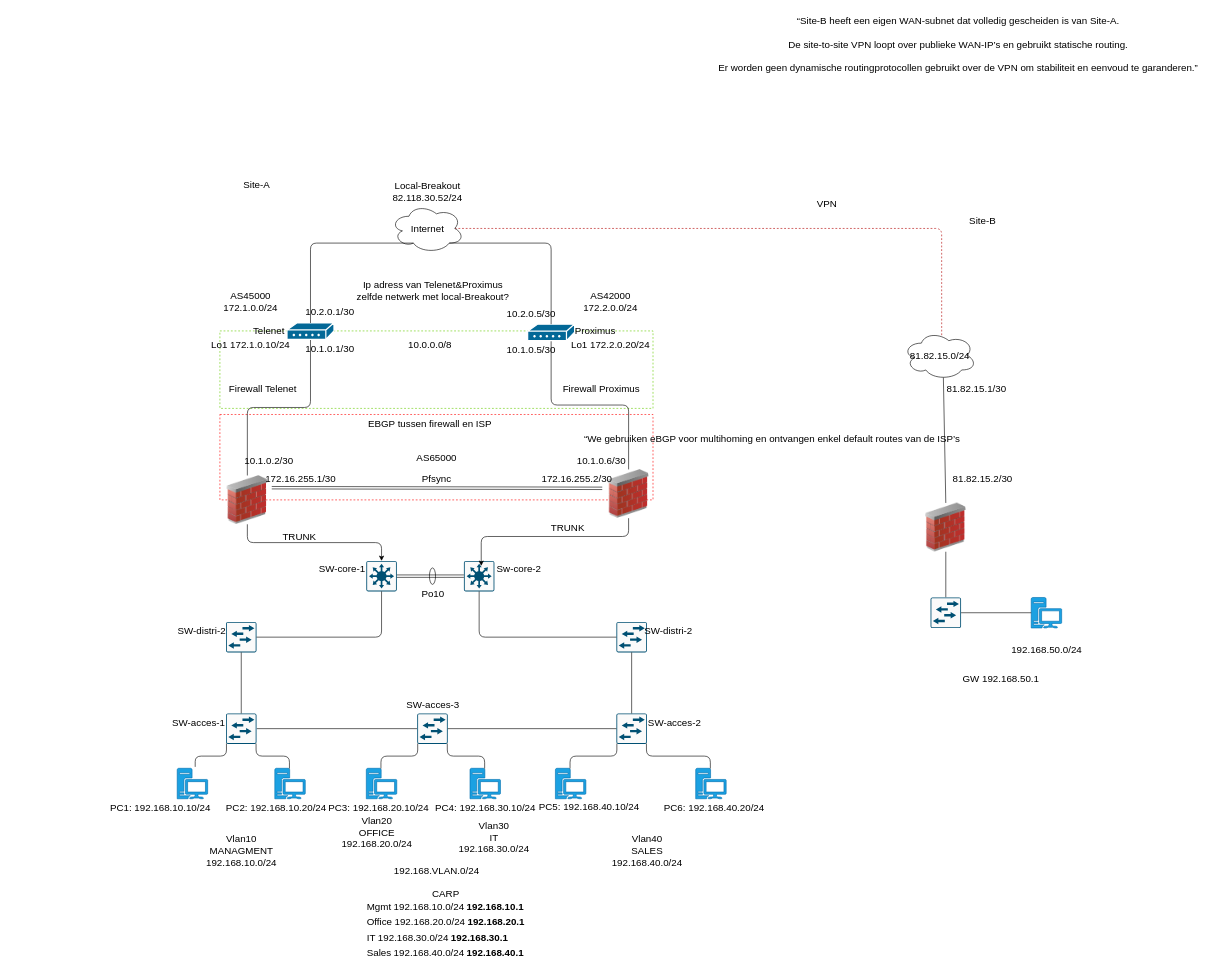
Before: Eindwerk.drawio in S-Eris/Network-Engineer-Eindproef, a draw.io diagram. Source tidied: cells renumbered, new cells numbered last; positions are measured from the earlier drawing's top-left corner, leaving out a move shared by most shapes. Both pictures are drawn from the tidied source at 61%, with x=0, y=0 at pixel (102, 10).
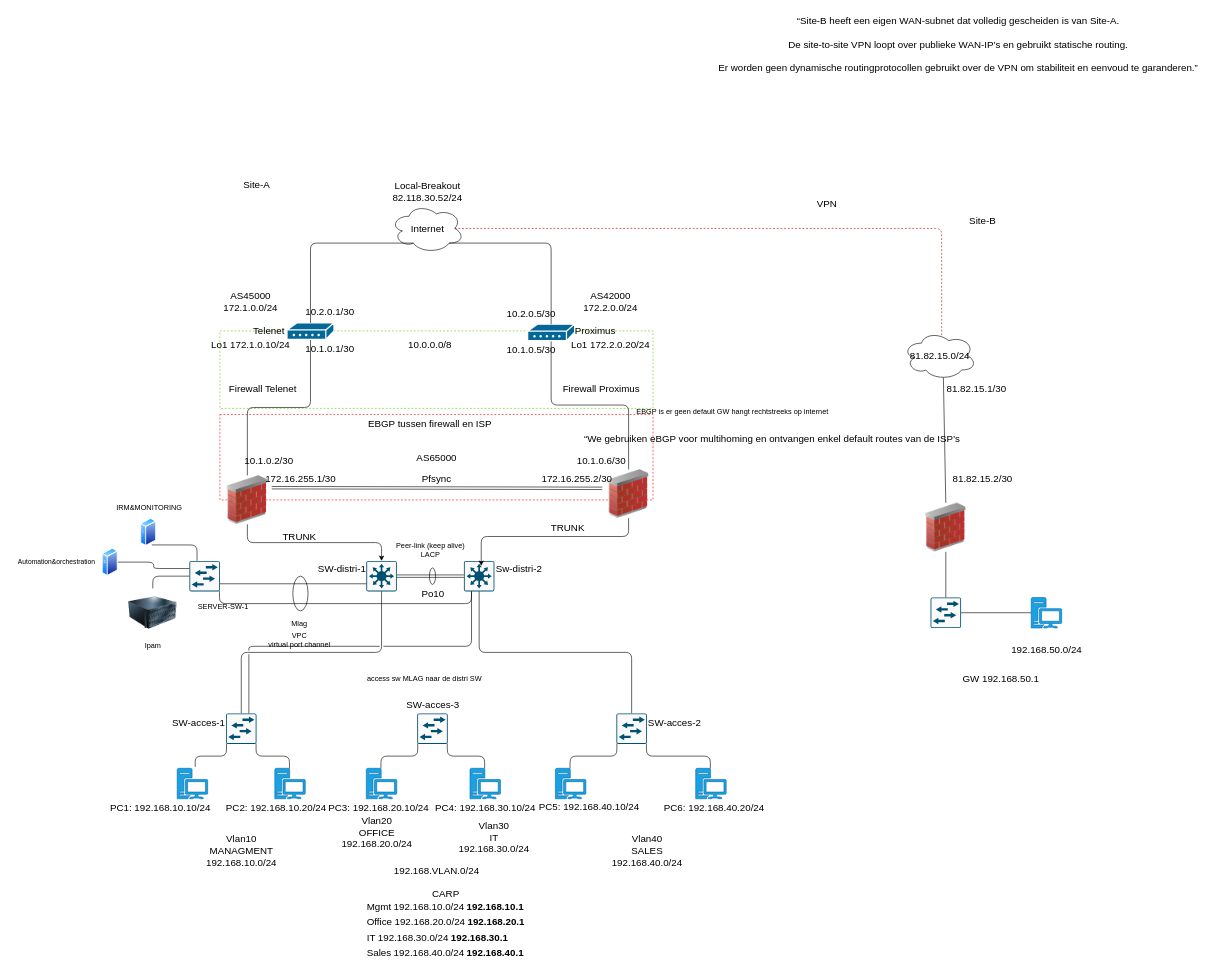
Above is the later version.

Commit message:
MLAG toegevoegd Servers toegevoegd Acces laag aangepast Notities toegevoegd

Unchanged cells that the change refers to:
```xml
<mxCell id="13" style="sketch=0;points=[[0.015,0.015,0],[0.985,0.015,0],[0.985,0.985,0],[0.015,0.985,0],[0.25,0,0],[0.5,0,0],[0.75,0,0],[1,0.25,0],[1,0.5,0],[1,0.75,0],[0.75,1,0],[0.5,1,0],[0.25,1,0],[0,0.75,0],[0,0.5,0],[0,0.25,0]];verticalLabelPosition=bottom;html=1;verticalAlign=top;align=center;shape=mxgraph.cisco19.rect;prIcon=l3_switch;fillColor=#FAFAFA;strokeColor=#005073;fontSize=16;" parent="1" vertex="1">
  <mxGeometry x="433" y="902" width="50" height="50" as="geometry" />
</mxCell>
<mxCell id="14" style="sketch=0;points=[[0.015,0.015,0],[0.985,0.015,0],[0.985,0.985,0],[0.015,0.985,0],[0.25,0,0],[0.5,0,0],[0.75,0,0],[1,0.25,0],[1,0.5,0],[1,0.75,0],[0.75,1,0],[0.5,1,0],[0.25,1,0],[0,0.75,0],[0,0.5,0],[0,0.25,0]];verticalLabelPosition=bottom;html=1;verticalAlign=top;align=center;shape=mxgraph.cisco19.rect;prIcon=l3_switch;fillColor=#FAFAFA;strokeColor=#005073;fontSize=16;" parent="1" vertex="1">
  <mxGeometry x="593" y="902" width="50" height="50" as="geometry" />
</mxCell>
<mxCell id="26" style="sketch=0;points=[[0.015,0.015,0],[0.985,0.015,0],[0.985,0.985,0],[0.015,0.985,0],[0.25,0,0],[0.5,0,0],[0.75,0,0],[1,0.25,0],[1,0.5,0],[1,0.75,0],[0.75,1,0],[0.5,1,0],[0.25,1,0],[0,0.75,0],[0,0.5,0],[0,0.25,0]];verticalLabelPosition=bottom;html=1;verticalAlign=top;align=center;shape=mxgraph.cisco19.rect;prIcon=l2_switch;fillColor=#FAFAFA;strokeColor=#005073;fontSize=16;" parent="1" vertex="1">
  <mxGeometry x="203" y="1152" width="50" height="50" as="geometry" />
</mxCell>
<mxCell id="27" style="sketch=0;points=[[0.015,0.015,0],[0.985,0.015,0],[0.985,0.985,0],[0.015,0.985,0],[0.25,0,0],[0.5,0,0],[0.75,0,0],[1,0.25,0],[1,0.5,0],[1,0.75,0],[0.75,1,0],[0.5,1,0],[0.25,1,0],[0,0.75,0],[0,0.5,0],[0,0.25,0]];verticalLabelPosition=bottom;html=1;verticalAlign=top;align=center;shape=mxgraph.cisco19.rect;prIcon=l2_switch;fillColor=#FAFAFA;strokeColor=#005073;fontSize=16;" parent="1" vertex="1">
  <mxGeometry x="843" y="1152" width="50" height="50" as="geometry" />
</mxCell>
<mxCell id="36" style="sketch=0;points=[[0.015,0.015,0],[0.985,0.015,0],[0.985,0.985,0],[0.015,0.985,0],[0.25,0,0],[0.5,0,0],[0.75,0,0],[1,0.25,0],[1,0.5,0],[1,0.75,0],[0.75,1,0],[0.5,1,0],[0.25,1,0],[0,0.75,0],[0,0.5,0],[0,0.25,0]];verticalLabelPosition=bottom;html=1;verticalAlign=top;align=center;shape=mxgraph.cisco19.rect;prIcon=l2_switch;fillColor=#FAFAFA;strokeColor=#005073;fontSize=16;" parent="1" vertex="1">
  <mxGeometry x="516.5" y="1152" width="50" height="50" as="geometry" />
</mxCell>
```

Diff of the diagram source:
```diff
@@
+    <mxCell id="106" style="ellipse;whiteSpace=wrap;html=1;fontSize=16;" parent="1" vertex="1">
+      <mxGeometry x="312.5" y="927" width="25" height="57" as="geometry" />
+    </mxCell>
@@
-    <mxCell id="15" value="SW-core-1" style="text;html=1;align=center;verticalAlign=middle;strokeColor=none;fillColor=none;fontSize=16;" parent="1" vertex="1">
+    <mxCell id="15" value="SW-distri-1" style="text;html=1;align=center;verticalAlign=middle;strokeColor=none;fillColor=none;fontSize=16;" parent="1" vertex="1">
       <mxGeometry x="343" y="900" width="100" height="30" as="geometry" />
     </mxCell>
-    <mxCell id="16" value="Sw-core-2" style="text;html=1;align=center;verticalAlign=middle;strokeColor=none;fillColor=none;fontSize=16;" parent="1" vertex="1">
+    <mxCell id="16" value="Sw-distri&lt;span style=&quot;background-color: transparent; color: light-dark(rgb(0, 0, 0), rgb(255, 255, 255));&quot;&gt;-2&lt;/span&gt;" style="text;html=1;align=center;verticalAlign=middle;strokeColor=none;fillColor=none;fontSize=16;" parent="1" vertex="1">
       <mxGeometry x="633" y="900" width="100" height="30" as="geometry" />
     </mxCell>
-    <mxCell id="17" style="sketch=0;points=[[0.015,0.015,0],[0.985,0.015,0],[0.985,0.985,0],[0.015,0.985,0],[0.25,0,0],[0.5,0,0],[0.75,0,0],[1,0.25,0],[1,0.5,0],[1,0.75,0],[0.75,1,0],[0.5,1,0],[0.25,1,0],[0,0.75,0],[0,0.5,0],[0,0.25,0]];verticalLabelPosition=bottom;html=1;verticalAlign=top;align=center;shape=mxgraph.cisco19.rect;prIcon=l2_switch;fillColor=#FAFAFA;strokeColor=#005073;fontSize=16;" parent="1" vertex="1">
-      <mxGeometry x="203" y="1002" width="50" height="50" as="geometry" />
-    </mxCell>
-    <mxCell id="18" style="sketch=0;points=[[0.015,0.015,0],[0.985,0.015,0],[0.985,0.985,0],[0.015,0.985,0],[0.25,0,0],[0.5,0,0],[0.75,0,0],[1,0.25,0],[1,0.5,0],[1,0.75,0],[0.75,1,0],[0.5,1,0],[0.25,1,0],[0,0.75,0],[0,0.5,0],[0,0.25,0]];verticalLabelPosition=bottom;html=1;verticalAlign=top;align=center;shape=mxgraph.cisco19.rect;prIcon=l2_switch;fillColor=#FAFAFA;strokeColor=#005073;fontSize=16;" parent="1" vertex="1">
-      <mxGeometry x="843" y="1002" width="50" height="50" as="geometry" />
-    </mxCell>
-    <mxCell id="19" value="SW-distri-2" style="text;html=1;align=center;verticalAlign=middle;strokeColor=none;fillColor=none;fontSize=16;" parent="1" vertex="1">
-      <mxGeometry x="878" y="1002" width="100" height="30" as="geometry" />
-    </mxCell>
-    <mxCell id="20" value="SW-distri-2" style="text;html=1;align=center;verticalAlign=middle;strokeColor=none;fillColor=none;fontSize=16;" parent="1" vertex="1">
-      <mxGeometry x="113" y="1002" width="100" height="30" as="geometry" />
-    </mxCell>
-    <mxCell id="21" style="edgeStyle=orthogonalEdgeStyle;rounded=1;jettySize=auto;html=1;exitX=0.5;exitY=1;exitDx=0;exitDy=0;exitPerimeter=0;entryX=1;entryY=0.5;entryDx=0;entryDy=0;entryPerimeter=0;curved=0;endArrow=none;endFill=1;startFill=0;fontSize=16;" parent="1" edge="1" source="13" target="17">
+    <mxCell id="21" style="edgeStyle=orthogonalEdgeStyle;rounded=1;jettySize=auto;html=1;exitX=0.5;exitY=1;exitDx=0;exitDy=0;exitPerimeter=0;entryX=0.5;entryY=0;entryDx=0;entryDy=0;entryPerimeter=0;curved=0;endArrow=none;endFill=1;startFill=0;fontSize=16;" parent="1" edge="1" source="13" target="26">
       <mxGeometry relative="1" as="geometry" />
     </mxCell>
-    <mxCell id="22" style="edgeStyle=orthogonalEdgeStyle;rounded=1;jettySize=auto;html=1;exitX=0.5;exitY=1;exitDx=0;exitDy=0;exitPerimeter=0;entryX=0;entryY=0.5;entryDx=0;entryDy=0;entryPerimeter=0;curved=0;endArrow=none;endFill=1;startFill=0;fontSize=16;" parent="1" edge="1" source="14" target="18">
+    <mxCell id="22" style="edgeStyle=orthogonalEdgeStyle;rounded=1;jettySize=auto;html=1;exitX=0.5;exitY=1;exitDx=0;exitDy=0;exitPerimeter=0;entryX=0.5;entryY=0;entryDx=0;entryDy=0;entryPerimeter=0;curved=0;endArrow=none;endFill=1;startFill=0;fontSize=16;" parent="1" edge="1" source="14" target="27">
       <mxGeometry relative="1" as="geometry" />
     </mxCell>
@@
-    <mxCell id="25" style="edgeStyle=orthogonalEdgeStyle;rounded=0;jettySize=auto;html=1;exitX=1;exitY=0.5;exitDx=0;exitDy=0;exitPerimeter=0;endArrow=none;startFill=0;fontSize=16;" parent="1" edge="1" source="26" target="36">
-      <mxGeometry relative="1" as="geometry" />
-    </mxCell>
@@
-    <mxCell id="30" style="edgeStyle=orthogonalEdgeStyle;rounded=1;jettySize=auto;html=1;exitX=0.5;exitY=1;exitDx=0;exitDy=0;exitPerimeter=0;entryX=0.5;entryY=0;entryDx=0;entryDy=0;entryPerimeter=0;curved=0;endArrow=none;endFill=1;startFill=0;fontSize=16;" parent="1" edge="1" source="17" target="26">
-      <mxGeometry relative="1" as="geometry" />
-    </mxCell>
-    <mxCell id="31" style="edgeStyle=orthogonalEdgeStyle;rounded=1;jettySize=auto;html=1;exitX=0.5;exitY=1;exitDx=0;exitDy=0;exitPerimeter=0;entryX=0.5;entryY=0;entryDx=0;entryDy=0;entryPerimeter=0;curved=0;endArrow=none;endFill=1;startFill=0;fontSize=16;" parent="1" edge="1" source="18" target="27">
-      <mxGeometry relative="1" as="geometry" />
-    </mxCell>
@@
-    <mxCell id="37" style="edgeStyle=orthogonalEdgeStyle;rounded=0;jettySize=auto;html=1;exitX=0;exitY=0.5;exitDx=0;exitDy=0;exitPerimeter=0;entryX=1;entryY=0.5;entryDx=0;entryDy=0;entryPerimeter=0;endArrow=none;startFill=0;fontSize=16;" parent="1" edge="1" source="27" target="36">
-      <mxGeometry relative="1" as="geometry" />
-    </mxCell>
@@
-    <mxCell id="81" value="Ip adress van Telenet&amp;amp;Proximus&lt;div&gt;zelfde netwerk met local-Breakout?&lt;/div&gt;" style="text;html=1;align=center;verticalAlign=middle;strokeColor=none;fillColor=none;fontSize=16;" parent="1" vertex="1">
-      <mxGeometry x="406.5" y="434" width="270" height="50" as="geometry" />
-    </mxCell>
@@
+    <mxCell id="107" style="image;html=1;image=img/lib/clip_art/computers/Server_128x128.png;" parent="1" vertex="1">
+      <mxGeometry x="43" y="947" width="80" height="80" as="geometry" />
+    </mxCell>
+    <mxCell id="108" value="Ipam" style="text;html=1;align=center;verticalAlign=middle;strokeColor=none;fillColor=none;" parent="1" vertex="1">
+      <mxGeometry x="58" y="1027" width="50" height="30" as="geometry" />
+    </mxCell>
+    <mxCell id="109" style="image;perimeter=ellipsePerimeter;html=1;align=center;shadow=0;dashed=0;spacingTop=3;image=img/lib/active_directory/generic_server.svg;" parent="1" vertex="1">
+      <mxGeometry x="63" y="832" width="25.8" height="46" as="geometry" />
+    </mxCell>
+    <mxCell id="110" value="IRM&amp;amp;MONITORING" style="text;html=1;align=center;verticalAlign=middle;strokeColor=none;fillColor=none;" parent="1" vertex="1">
+      <mxGeometry x="12" y="800" width="130" height="30" as="geometry" />
+    </mxCell>
+    <mxCell id="111" style="sketch=0;points=[[0.015,0.015,0],[0.985,0.015,0],[0.985,0.985,0],[0.015,0.985,0],[0.25,0,0],[0.5,0,0],[0.75,0,0],[1,0.25,0],[1,0.5,0],[1,0.75,0],[0.75,1,0],[0.5,1,0],[0.25,1,0],[0,0.75,0],[0,0.5,0],[0,0.25,0]];verticalLabelPosition=bottom;html=1;verticalAlign=top;align=center;shape=mxgraph.cisco19.rect;prIcon=l2_switch;fillColor=#FAFAFA;strokeColor=#005073;" parent="1" vertex="1">
+      <mxGeometry x="143" y="902" width="50" height="50" as="geometry" />
+    </mxCell>
+    <mxCell id="112" value="SERVER-SW-1" style="text;html=1;align=center;verticalAlign=middle;strokeColor=none;fillColor=none;" parent="1" vertex="1">
+      <mxGeometry x="143" y="962" width="110" height="30" as="geometry" />
+    </mxCell>
+    <mxCell id="113" style="edgeStyle=orthogonalEdgeStyle;rounded=1;jettySize=auto;html=1;exitX=0.5;exitY=0;exitDx=0;exitDy=0;entryX=0;entryY=0.5;entryDx=0;entryDy=0;entryPerimeter=0;startArrow=none;startFill=0;endArrow=none;curved=0;" parent="1" edge="1" source="107" target="111">
+      <mxGeometry relative="1" as="geometry" />
+    </mxCell>
+    <mxCell id="114" style="edgeStyle=orthogonalEdgeStyle;rounded=1;jettySize=auto;html=1;exitX=0.75;exitY=1;exitDx=0;exitDy=0;entryX=0.25;entryY=0;entryDx=0;entryDy=0;entryPerimeter=0;endArrow=none;startFill=0;curved=0;" parent="1" edge="1" source="109" target="111">
+      <mxGeometry relative="1" as="geometry" />
+    </mxCell>
+    <mxCell id="115" style="rounded=0;jettySize=auto;html=1;exitX=1;exitY=0.75;exitDx=0;exitDy=0;exitPerimeter=0;entryX=0;entryY=0.75;entryDx=0;entryDy=0;entryPerimeter=0;endArrow=none;startFill=0;" parent="1" edge="1" source="111" target="13">
+      <mxGeometry relative="1" as="geometry" />
+    </mxCell>
+    <mxCell id="116" style="edgeStyle=orthogonalEdgeStyle;rounded=1;jettySize=auto;html=1;exitX=0.985;exitY=0.985;exitDx=0;exitDy=0;exitPerimeter=0;entryX=0.25;entryY=1;entryDx=0;entryDy=0;entryPerimeter=0;curved=0;endArrow=none;startFill=0;" parent="1" edge="1" source="111" target="14">
+      <mxGeometry relative="1" as="geometry" />
+    </mxCell>
+    <mxCell id="117" value="Mlag" style="text;html=1;align=center;verticalAlign=middle;strokeColor=none;fillColor=none;" parent="1" vertex="1">
+      <mxGeometry x="298" y="990" width="50" height="30" as="geometry" />
+    </mxCell>
+    <mxCell id="118" value="VPC&lt;div&gt;virtual port channel&lt;/div&gt;" style="text;html=1;align=center;verticalAlign=middle;strokeColor=none;fillColor=none;" parent="1" vertex="1">
+      <mxGeometry x="263" y="1012" width="120" height="40" as="geometry" />
+    </mxCell>
+    <mxCell id="119" value="Peer-link (keep alive)&lt;div&gt;LACP&lt;/div&gt;" style="text;html=1;align=center;verticalAlign=middle;strokeColor=none;fillColor=none;" parent="1" vertex="1">
+      <mxGeometry x="468" y="864" width="140" height="40" as="geometry" />
+    </mxCell>
+    <mxCell id="120" value="EBGP is er geen default GW hangt rechtstreeks op internet" style="text;html=1;align=center;verticalAlign=middle;strokeColor=none;fillColor=none;" parent="1" vertex="1">
+      <mxGeometry x="863" y="642" width="340" height="30" as="geometry" />
+    </mxCell>
+    <mxCell id="121" value="access sw MLAG naar de distri SW" style="text;html=1;align=center;verticalAlign=middle;strokeColor=none;fillColor=none;" parent="1" vertex="1">
+      <mxGeometry x="423" y="1080" width="210" height="30" as="geometry" />
+    </mxCell>
+    <mxCell id="122" style="edgeStyle=orthogonalEdgeStyle;rounded=1;jettySize=auto;html=1;exitX=0.75;exitY=0;exitDx=0;exitDy=0;exitPerimeter=0;entryX=0.25;entryY=1;entryDx=0;entryDy=0;entryPerimeter=0;curved=0;jumpStyle=gap;endArrow=none;startFill=0;" parent="1" edge="1" source="26" target="14">
+      <mxGeometry relative="1" as="geometry">
+        <Array as="points">
+          <mxPoint x="241" y="1042" />
+          <mxPoint x="606" y="1042" />
+        </Array>
+      </mxGeometry>
+    </mxCell>
+    <mxCell id="123" style="image;perimeter=ellipsePerimeter;html=1;align=center;shadow=0;dashed=0;spacingTop=3;image=img/lib/active_directory/generic_server.svg;" parent="1" vertex="1">
+      <mxGeometry y="881" width="25.8" height="46" as="geometry" />
+    </mxCell>
+    <mxCell id="124" value="Automation&amp;amp;orchestration" style="text;html=1;align=center;verticalAlign=middle;strokeColor=none;fillColor=none;fontFamily=Helvetica;fontSize=11;fontColor=default;labelBackgroundColor=default;" parent="1" vertex="1">
+      <mxGeometry x="-150" y="889" width="150" height="30" as="geometry" />
+    </mxCell>
+    <mxCell id="125" style="edgeStyle=orthogonalEdgeStyle;shape=connector;curved=0;rounded=1;jumpStyle=gap;jettySize=auto;html=1;exitX=1;exitY=0.5;exitDx=0;exitDy=0;entryX=0;entryY=0.25;entryDx=0;entryDy=0;entryPerimeter=0;strokeColor=default;align=center;verticalAlign=middle;fontFamily=Helvetica;fontSize=11;fontColor=default;labelBackgroundColor=default;startFill=0;endArrow=none;" parent="1" edge="1" source="123" target="111">
+      <mxGeometry relative="1" as="geometry" />
+    </mxCell>
```
